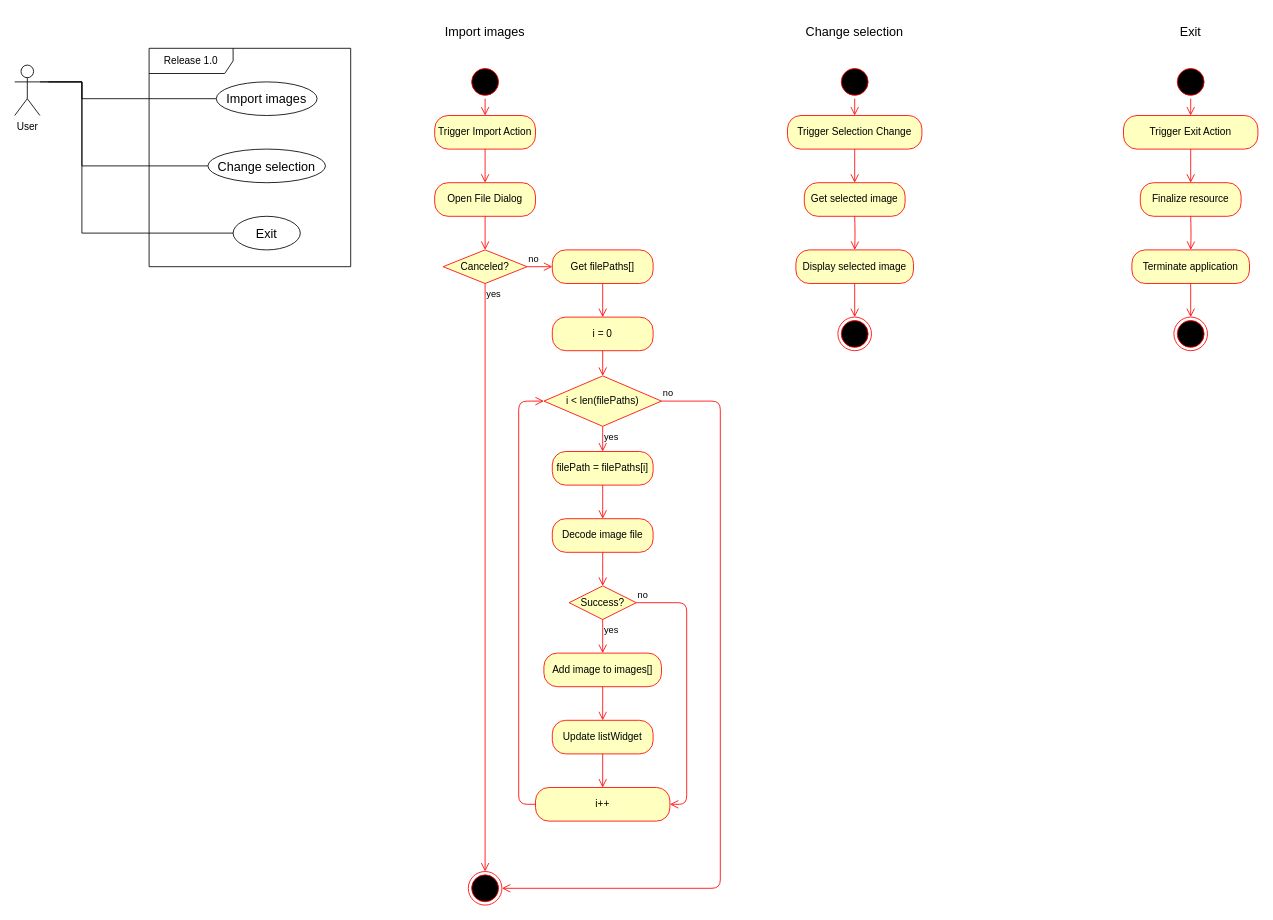
This is docs/design/usecases.drawio from AR0EN/img-pro, a draw.io file, before an edit. Source tidied: cells renumbered, new cells numbered last; positions are measured from the earlier drawing's top-left corner, leaving out a move shared by most shapes. Both pictures are drawn from the tidied source at 84%, with x=0, y=0 at pixel (14, 14).
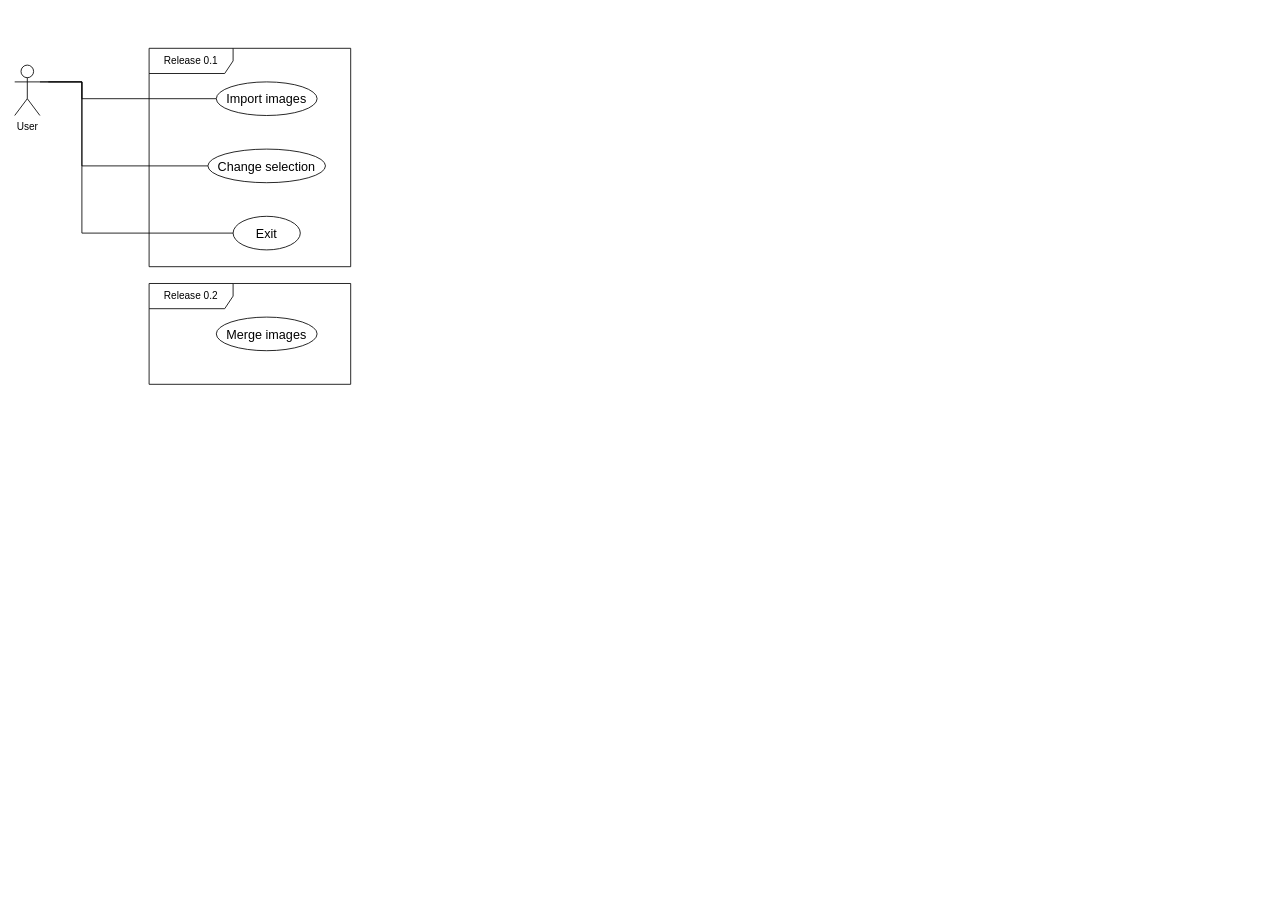
The same diagram, later.

Change to the diagram source:
```diff
@@
-    <mxCell id="2" value="Release 1.0" style="shape=umlFrame;whiteSpace=wrap;html=1;width=100;height=30;align=center;" parent="1" vertex="1">
+    <mxCell id="2" value="Release 0.1" style="shape=umlFrame;whiteSpace=wrap;html=1;width=100;height=30;align=center;" parent="1" vertex="1">
       <mxGeometry x="160" y="40" width="240" height="260" as="geometry" />
     </mxCell>
@@
-    <mxCell id="10" style="ellipse;html=1;shape=startState;fillColor=#000000;strokeColor=#ff0000;" parent="1" vertex="1">
-      <mxGeometry x="540" y="60" width="40" height="40" as="geometry" />
-    </mxCell>
-    <mxCell id="11" style="edgeStyle=orthogonalEdgeStyle;html=1;verticalAlign=bottom;endArrow=open;endSize=8;strokeColor=#ff0000;exitX=0.5;exitY=1;exitDx=0;exitDy=0;" parent="1" edge="1" source="13">
-      <mxGeometry relative="1" as="geometry">
-        <mxPoint x="560" y="160" as="targetPoint" />
-      </mxGeometry>
-    </mxCell>
-    <mxCell id="12" style="edgeStyle=orthogonalEdgeStyle;html=1;verticalAlign=bottom;endArrow=open;endSize=8;strokeColor=#ff0000;" parent="1" edge="1" source="13">
-      <mxGeometry relative="1" as="geometry">
-        <mxPoint x="560" y="200" as="targetPoint" />
-      </mxGeometry>
-    </mxCell>
-    <mxCell id="13" value="Trigger Import Action" style="rounded=1;whiteSpace=wrap;html=1;arcSize=40;fontColor=#000000;fillColor=#ffffc0;strokeColor=#ff0000;" parent="1" vertex="1">
-      <mxGeometry x="500" y="120" width="120" height="40" as="geometry" />
-    </mxCell>
-    <mxCell id="14" style="edgeStyle=orthogonalEdgeStyle;html=1;verticalAlign=bottom;endArrow=open;endSize=8;strokeColor=#ff0000;exitX=0.5;exitY=1;exitDx=0;exitDy=0;" parent="1" edge="1" source="10" target="13">
-      <mxGeometry relative="1" as="geometry" />
-    </mxCell>
-    <mxCell id="15" value="Open File Dialog" style="rounded=1;whiteSpace=wrap;html=1;arcSize=40;fontColor=#000000;fillColor=#ffffc0;strokeColor=#ff0000;" parent="1" vertex="1">
-      <mxGeometry x="500" y="200" width="120" height="40" as="geometry" />
-    </mxCell>
-    <mxCell id="16" style="edgeStyle=orthogonalEdgeStyle;html=1;verticalAlign=bottom;endArrow=open;endSize=8;strokeColor=#ff0000;entryX=0.5;entryY=0;entryDx=0;entryDy=0;" parent="1" edge="1" source="15" target="21">
-      <mxGeometry relative="1" as="geometry" />
-    </mxCell>
-    <mxCell id="17" value="Get filePaths[]" style="rounded=1;whiteSpace=wrap;html=1;arcSize=40;fontColor=#000000;fillColor=#ffffc0;strokeColor=#ff0000;" parent="1" vertex="1">
-      <mxGeometry x="640" y="280" width="120" height="40" as="geometry" />
-    </mxCell>
-    <mxCell id="18" style="edgeStyle=orthogonalEdgeStyle;html=1;verticalAlign=bottom;endArrow=open;endSize=8;strokeColor=#ff0000;" parent="1" edge="1" source="17">
-      <mxGeometry relative="1" as="geometry">
-        <mxPoint x="700" y="360" as="targetPoint" />
-      </mxGeometry>
-    </mxCell>
-    <mxCell id="19" value="filePath = filePaths[i]" style="rounded=1;whiteSpace=wrap;html=1;arcSize=40;fontColor=#000000;fillColor=#ffffc0;strokeColor=#ff0000;" parent="1" vertex="1">
-      <mxGeometry x="640" y="520" width="120" height="40" as="geometry" />
-    </mxCell>
-    <mxCell id="20" style="edgeStyle=orthogonalEdgeStyle;html=1;verticalAlign=bottom;endArrow=open;endSize=8;strokeColor=#ff0000;" parent="1" edge="1" source="19">
-      <mxGeometry relative="1" as="geometry">
-        <mxPoint x="700" y="600" as="targetPoint" />
-      </mxGeometry>
-    </mxCell>
-    <mxCell id="21" value="Canceled?" style="rhombus;whiteSpace=wrap;html=1;fillColor=#ffffc0;strokeColor=#ff0000;" parent="1" vertex="1">
-      <mxGeometry x="510" y="280" width="100" height="40" as="geometry" />
-    </mxCell>
-    <mxCell id="22" value="no" style="edgeStyle=orthogonalEdgeStyle;html=1;align=left;verticalAlign=bottom;endArrow=open;endSize=8;strokeColor=#ff0000;" parent="1" edge="1" source="21">
-      <mxGeometry x="-1" relative="1" as="geometry">
-        <mxPoint x="640" y="300" as="targetPoint" />
-      </mxGeometry>
-    </mxCell>
-    <mxCell id="23" value="yes" style="edgeStyle=orthogonalEdgeStyle;html=1;align=left;verticalAlign=top;endArrow=open;endSize=8;strokeColor=#ff0000;entryX=0.5;entryY=0;entryDx=0;entryDy=0;" parent="1" edge="1" source="21" target="40">
-      <mxGeometry x="-1" relative="1" as="geometry" />
-    </mxCell>
-    <mxCell id="24" value="Decode image file" style="rounded=1;whiteSpace=wrap;html=1;arcSize=40;fontColor=#000000;fillColor=#ffffc0;strokeColor=#ff0000;" parent="1" vertex="1">
-      <mxGeometry x="640" y="600" width="120" height="40" as="geometry" />
-    </mxCell>
-    <mxCell id="25" style="edgeStyle=orthogonalEdgeStyle;html=1;verticalAlign=bottom;endArrow=open;endSize=8;strokeColor=#ff0000;" parent="1" edge="1" source="24">
-      <mxGeometry relative="1" as="geometry">
-        <mxPoint x="700" y="680" as="targetPoint" />
-      </mxGeometry>
-    </mxCell>
-    <mxCell id="26" value="Success?" style="rhombus;whiteSpace=wrap;html=1;fillColor=#ffffc0;strokeColor=#ff0000;" parent="1" vertex="1">
-      <mxGeometry x="660" y="680" width="80" height="40" as="geometry" />
-    </mxCell>
-    <mxCell id="27" value="no" style="edgeStyle=orthogonalEdgeStyle;html=1;align=left;verticalAlign=bottom;endArrow=open;endSize=8;strokeColor=#ff0000;entryX=1;entryY=0.5;entryDx=0;entryDy=0;" parent="1" edge="1" source="26" target="33">
-      <mxGeometry x="-1" relative="1" as="geometry">
-        <Array as="points">
-          <mxPoint x="800" y="700" />
-          <mxPoint x="800" y="940" />
-        </Array>
-      </mxGeometry>
-    </mxCell>
-    <mxCell id="28" value="yes" style="edgeStyle=orthogonalEdgeStyle;html=1;align=left;verticalAlign=top;endArrow=open;endSize=8;strokeColor=#ff0000;" parent="1" edge="1" source="26">
-      <mxGeometry x="-1" relative="1" as="geometry">
-        <mxPoint x="700" y="760" as="targetPoint" />
-      </mxGeometry>
-    </mxCell>
-    <mxCell id="29" value="Add image to images[]" style="rounded=1;whiteSpace=wrap;html=1;arcSize=40;fontColor=#000000;fillColor=#ffffc0;strokeColor=#ff0000;" parent="1" vertex="1">
-      <mxGeometry x="630" y="760" width="140" height="40" as="geometry" />
-    </mxCell>
-    <mxCell id="30" style="edgeStyle=orthogonalEdgeStyle;html=1;verticalAlign=bottom;endArrow=open;endSize=8;strokeColor=#ff0000;" parent="1" edge="1" source="29">
-      <mxGeometry relative="1" as="geometry">
-        <mxPoint x="700" y="840" as="targetPoint" />
-      </mxGeometry>
-    </mxCell>
-    <mxCell id="31" value="Update listWidget" style="rounded=1;whiteSpace=wrap;html=1;arcSize=40;fontColor=#000000;fillColor=#ffffc0;strokeColor=#ff0000;" parent="1" vertex="1">
-      <mxGeometry x="640" y="840" width="120" height="40" as="geometry" />
-    </mxCell>
-    <mxCell id="32" style="edgeStyle=orthogonalEdgeStyle;html=1;verticalAlign=bottom;endArrow=open;endSize=8;strokeColor=#ff0000;entryX=0.5;entryY=0;entryDx=0;entryDy=0;" parent="1" edge="1" source="31" target="33">
-      <mxGeometry relative="1" as="geometry" />
-    </mxCell>
-    <mxCell id="33" value="i++" style="rounded=1;whiteSpace=wrap;html=1;arcSize=40;fontColor=#000000;fillColor=#ffffc0;strokeColor=#ff0000;" parent="1" vertex="1">
-      <mxGeometry x="620" y="920" width="160" height="40" as="geometry" />
-    </mxCell>
-    <mxCell id="34" style="edgeStyle=orthogonalEdgeStyle;html=1;verticalAlign=bottom;endArrow=open;endSize=8;strokeColor=#ff0000;exitX=0;exitY=0.5;exitDx=0;exitDy=0;entryX=0;entryY=0.5;entryDx=0;entryDy=0;" parent="1" edge="1" source="33" target="35">
-      <mxGeometry relative="1" as="geometry">
-        <Array as="points">
-          <mxPoint x="600" y="940" />
-          <mxPoint x="600" y="460" />
-        </Array>
-      </mxGeometry>
-    </mxCell>
-    <mxCell id="35" value="i &amp;lt; len(filePaths)" style="rhombus;whiteSpace=wrap;html=1;fillColor=#ffffc0;strokeColor=#ff0000;" parent="1" vertex="1">
-      <mxGeometry x="630" y="430" width="140" height="60" as="geometry" />
-    </mxCell>
-    <mxCell id="36" value="no" style="edgeStyle=orthogonalEdgeStyle;html=1;align=left;verticalAlign=bottom;endArrow=open;endSize=8;strokeColor=#ff0000;entryX=1;entryY=0.5;entryDx=0;entryDy=0;" parent="1" edge="1" source="35" target="40">
-      <mxGeometry x="-1" relative="1" as="geometry">
-        <Array as="points">
-          <mxPoint x="840" y="460" />
-          <mxPoint x="840" y="1040" />
-        </Array>
-      </mxGeometry>
-    </mxCell>
-    <mxCell id="37" value="yes" style="edgeStyle=orthogonalEdgeStyle;html=1;align=left;verticalAlign=top;endArrow=open;endSize=8;strokeColor=#ff0000;" parent="1" edge="1" source="35">
-      <mxGeometry x="-1" relative="1" as="geometry">
-        <mxPoint x="700" y="520" as="targetPoint" />
-      </mxGeometry>
-    </mxCell>
-    <mxCell id="38" value="i = 0" style="rounded=1;whiteSpace=wrap;html=1;arcSize=40;fontColor=#000000;fillColor=#ffffc0;strokeColor=#ff0000;" parent="1" vertex="1">
-      <mxGeometry x="640" y="360" width="120" height="40" as="geometry" />
-    </mxCell>
-    <mxCell id="39" style="edgeStyle=orthogonalEdgeStyle;html=1;verticalAlign=bottom;endArrow=open;endSize=8;strokeColor=#ff0000;" parent="1" edge="1" source="38">
-      <mxGeometry relative="1" as="geometry">
-        <mxPoint x="700" y="430" as="targetPoint" />
-      </mxGeometry>
-    </mxCell>
-    <mxCell id="40" style="ellipse;html=1;shape=endState;fillColor=#000000;strokeColor=#ff0000;" parent="1" vertex="1">
-      <mxGeometry x="540" y="1020" width="40" height="40" as="geometry" />
-    </mxCell>
-    <mxCell id="41" style="ellipse;html=1;shape=startState;fillColor=#000000;strokeColor=#ff0000;fontSize=15;" parent="1" vertex="1">
-      <mxGeometry x="980" y="60" width="40" height="40" as="geometry" />
-    </mxCell>
-    <mxCell id="42" style="edgeStyle=orthogonalEdgeStyle;html=1;verticalAlign=bottom;endArrow=open;endSize=8;strokeColor=#ff0000;fontSize=15;" parent="1" edge="1" source="41">
-      <mxGeometry relative="1" as="geometry">
-        <mxPoint x="1000" y="120" as="targetPoint" />
-      </mxGeometry>
-    </mxCell>
-    <mxCell id="43" value="Trigger Selection Change" style="rounded=1;whiteSpace=wrap;html=1;arcSize=40;fontColor=#000000;fillColor=#ffffc0;strokeColor=#ff0000;" parent="1" vertex="1">
-      <mxGeometry x="920" y="120" width="160" height="40" as="geometry" />
-    </mxCell>
-    <mxCell id="44" value="Get selected image" style="rounded=1;whiteSpace=wrap;html=1;arcSize=40;fontColor=#000000;fillColor=#ffffc0;strokeColor=#ff0000;" parent="1" vertex="1">
-      <mxGeometry x="940" y="200" width="120" height="40" as="geometry" />
-    </mxCell>
-    <mxCell id="45" value="Display selected image" style="rounded=1;whiteSpace=wrap;html=1;arcSize=40;fontColor=#000000;fillColor=#ffffc0;strokeColor=#ff0000;" parent="1" vertex="1">
-      <mxGeometry x="930" y="280" width="140" height="40" as="geometry" />
-    </mxCell>
-    <mxCell id="46" style="ellipse;html=1;shape=endState;fillColor=#000000;strokeColor=#ff0000;" parent="1" vertex="1">
-      <mxGeometry x="980" y="360" width="40" height="40" as="geometry" />
-    </mxCell>
-    <mxCell id="47" style="edgeStyle=orthogonalEdgeStyle;html=1;verticalAlign=bottom;endArrow=open;endSize=8;strokeColor=#ff0000;exitX=0.5;exitY=1;exitDx=0;exitDy=0;" parent="1" edge="1" source="43" target="44">
-      <mxGeometry relative="1" as="geometry" />
-    </mxCell>
-    <mxCell id="48" style="edgeStyle=orthogonalEdgeStyle;html=1;verticalAlign=bottom;endArrow=open;endSize=8;strokeColor=#ff0000;entryX=0.5;entryY=0;entryDx=0;entryDy=0;" parent="1" edge="1" target="45">
-      <mxGeometry relative="1" as="geometry">
-        <mxPoint x="1000" y="240" as="sourcePoint" />
-      </mxGeometry>
-    </mxCell>
-    <mxCell id="49" style="edgeStyle=orthogonalEdgeStyle;html=1;verticalAlign=bottom;endArrow=open;endSize=8;strokeColor=#ff0000;entryX=0.5;entryY=0;entryDx=0;entryDy=0;exitX=0.5;exitY=1;exitDx=0;exitDy=0;" parent="1" edge="1" source="45" target="46">
-      <mxGeometry relative="1" as="geometry" />
-    </mxCell>
-    <mxCell id="50" style="ellipse;html=1;shape=startState;fillColor=#000000;strokeColor=#ff0000;fontSize=15;" parent="1" vertex="1">
-      <mxGeometry x="1380" y="60" width="40" height="40" as="geometry" />
-    </mxCell>
-    <mxCell id="51" style="edgeStyle=orthogonalEdgeStyle;html=1;verticalAlign=bottom;endArrow=open;endSize=8;strokeColor=#ff0000;fontSize=15;" parent="1" edge="1" source="50">
-      <mxGeometry relative="1" as="geometry">
-        <mxPoint x="1400" y="120" as="targetPoint" />
-      </mxGeometry>
-    </mxCell>
-    <mxCell id="52" value="Trigger Exit Action" style="rounded=1;whiteSpace=wrap;html=1;arcSize=40;fontColor=#000000;fillColor=#ffffc0;strokeColor=#ff0000;" parent="1" vertex="1">
-      <mxGeometry x="1320" y="120" width="160" height="40" as="geometry" />
-    </mxCell>
-    <mxCell id="53" value="Finalize resource" style="rounded=1;whiteSpace=wrap;html=1;arcSize=40;fontColor=#000000;fillColor=#ffffc0;strokeColor=#ff0000;" parent="1" vertex="1">
-      <mxGeometry x="1340" y="200" width="120" height="40" as="geometry" />
-    </mxCell>
-    <mxCell id="54" value="Terminate application" style="rounded=1;whiteSpace=wrap;html=1;arcSize=40;fontColor=#000000;fillColor=#ffffc0;strokeColor=#ff0000;" parent="1" vertex="1">
-      <mxGeometry x="1330" y="280" width="140" height="40" as="geometry" />
-    </mxCell>
-    <mxCell id="55" style="ellipse;html=1;shape=endState;fillColor=#000000;strokeColor=#ff0000;" parent="1" vertex="1">
-      <mxGeometry x="1380" y="360" width="40" height="40" as="geometry" />
-    </mxCell>
-    <mxCell id="56" style="edgeStyle=orthogonalEdgeStyle;html=1;verticalAlign=bottom;endArrow=open;endSize=8;strokeColor=#ff0000;exitX=0.5;exitY=1;exitDx=0;exitDy=0;" parent="1" edge="1" source="52" target="53">
-      <mxGeometry relative="1" as="geometry" />
-    </mxCell>
-    <mxCell id="57" style="edgeStyle=orthogonalEdgeStyle;html=1;verticalAlign=bottom;endArrow=open;endSize=8;strokeColor=#ff0000;entryX=0.5;entryY=0;entryDx=0;entryDy=0;" parent="1" edge="1" target="54">
-      <mxGeometry relative="1" as="geometry">
-        <mxPoint x="1400" y="240" as="sourcePoint" />
-      </mxGeometry>
-    </mxCell>
-    <mxCell id="58" style="edgeStyle=orthogonalEdgeStyle;html=1;verticalAlign=bottom;endArrow=open;endSize=8;strokeColor=#ff0000;entryX=0.5;entryY=0;entryDx=0;entryDy=0;exitX=0.5;exitY=1;exitDx=0;exitDy=0;" parent="1" edge="1" source="54" target="55">
-      <mxGeometry relative="1" as="geometry" />
-    </mxCell>
-    <mxCell id="59" value="Import images" style="rounded=0;whiteSpace=wrap;html=1;fontSize=15;strokeColor=none;fillColor=none;" parent="1" vertex="1">
-      <mxGeometry x="480" width="160" height="40" as="geometry" />
-    </mxCell>
-    <mxCell id="60" value="Change selection" style="rounded=0;whiteSpace=wrap;html=1;fontSize=15;strokeColor=none;fillColor=none;" parent="1" vertex="1">
-      <mxGeometry x="920" width="160" height="40" as="geometry" />
-    </mxCell>
-    <mxCell id="61" value="Exit" style="rounded=0;whiteSpace=wrap;html=1;fontSize=15;strokeColor=none;fillColor=none;" parent="1" vertex="1">
-      <mxGeometry x="1320" width="160" height="40" as="geometry" />
-    </mxCell>
+    <mxCell id="62" value="Release 0.2" style="shape=umlFrame;whiteSpace=wrap;html=1;width=100;height=30;" parent="1" vertex="1">
+      <mxGeometry x="160" y="320" width="240" height="120" as="geometry" />
+    </mxCell>
+    <mxCell id="63" value="Merge images" style="ellipse;whiteSpace=wrap;html=1;fontSize=15;" parent="1" vertex="1">
+      <mxGeometry x="240" y="360" width="120" height="40" as="geometry" />
+    </mxCell>
```
